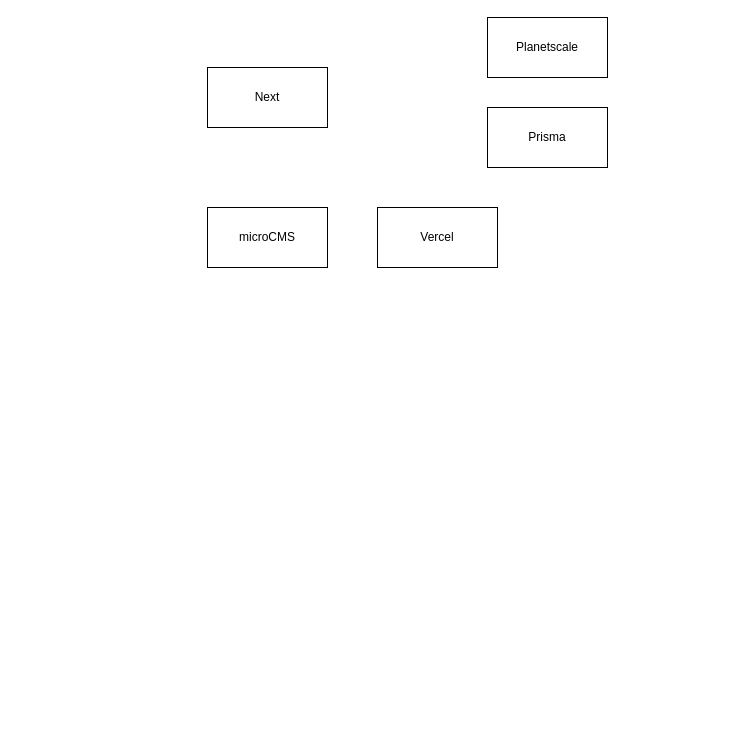
Above: fllow.drawio in teppy0422/JAMstack-blog (draw.io), before the change. Source tidied: cells renumbered, new cells numbered last; positions are measured from the earlier drawing's top-left corner, leaving out a move shared by most shapes. Both pictures are drawn from the tidied source at 100%, with x=0, y=0 at pixel (207, 17).
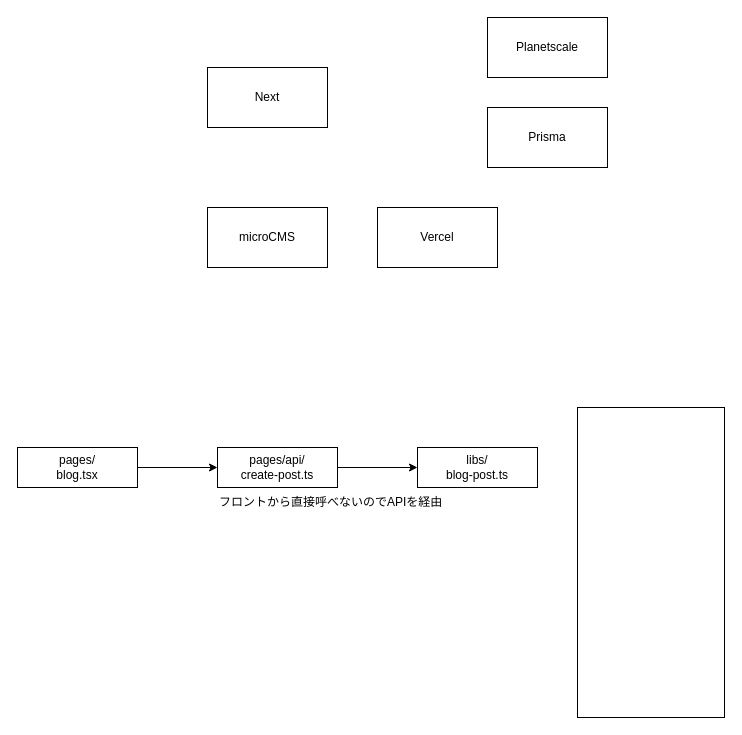
After the change.

Change to the diagram source:
```diff
@@
 <mxGraphModel>
   <root>
     <mxCell id="0" />
     <mxCell id="1" parent="0" />
+    <mxCell id="7" style="rounded=0;whiteSpace=wrap;html=1;fillColor=none;" parent="1" vertex="1">
+      <mxGeometry x="370" y="390" width="147" height="310" as="geometry" />
+    </mxCell>
     <mxCell id="2" value="Next" style="rounded=0;whiteSpace=wrap;html=1;" parent="1" vertex="1">
       <mxGeometry y="50" width="120" height="60" as="geometry" />
     </mxCell>
     <mxCell id="3" value="microCMS" style="whiteSpace=wrap;html=1;rounded=0;" parent="1" vertex="1">
       <mxGeometry y="190" width="120" height="60" as="geometry" />
     </mxCell>
     <mxCell id="4" value="Vercel" style="rounded=0;whiteSpace=wrap;html=1;" parent="1" vertex="1">
       <mxGeometry x="170" y="190" width="120" height="60" as="geometry" />
     </mxCell>
     <mxCell id="5" value="Planetscale" style="rounded=0;whiteSpace=wrap;html=1;" parent="1" vertex="1">
       <mxGeometry x="280" width="120" height="60" as="geometry" />
     </mxCell>
     <mxCell id="6" value="Prisma" style="rounded=0;whiteSpace=wrap;html=1;" parent="1" vertex="1">
       <mxGeometry x="280" y="90" width="120" height="60" as="geometry" />
     </mxCell>
+    <mxCell id="8" value="libs/&lt;br&gt;blog-post.ts" style="rounded=0;whiteSpace=wrap;html=1;" parent="1" vertex="1">
+      <mxGeometry x="210" y="430" width="120" height="40" as="geometry" />
+    </mxCell>
+    <mxCell id="9" style="edgeStyle=none;html=1;" parent="1" edge="1" source="10" target="8">
+      <mxGeometry relative="1" as="geometry" />
+    </mxCell>
+    <mxCell id="10" value="pages/api/&lt;br&gt;create-post.ts" style="rounded=0;whiteSpace=wrap;html=1;fontStyle=0;" parent="1" vertex="1">
+      <mxGeometry x="10" y="430" width="120" height="40" as="geometry" />
+    </mxCell>
+    <mxCell id="11" style="edgeStyle=none;html=1;entryX=0;entryY=0.5;entryDx=0;entryDy=0;" parent="1" edge="1" source="12" target="10">
+      <mxGeometry relative="1" as="geometry" />
+    </mxCell>
+    <mxCell id="12" value="pages/&lt;br&gt;blog.tsx" style="rounded=0;whiteSpace=wrap;html=1;" parent="1" vertex="1">
+      <mxGeometry x="-190" y="430" width="120" height="40" as="geometry" />
+    </mxCell>
+    <mxCell id="13" value="フロントから直接呼べないのでAPIを経由" style="text;html=1;strokeColor=none;fillColor=none;align=left;verticalAlign=middle;rounded=0;labelPosition=center;verticalLabelPosition=middle;" parent="1" vertex="1">
+      <mxGeometry x="10" y="470" width="120" height="30" as="geometry" />
+    </mxCell>
   </root>
 </mxGraphModel>
```
